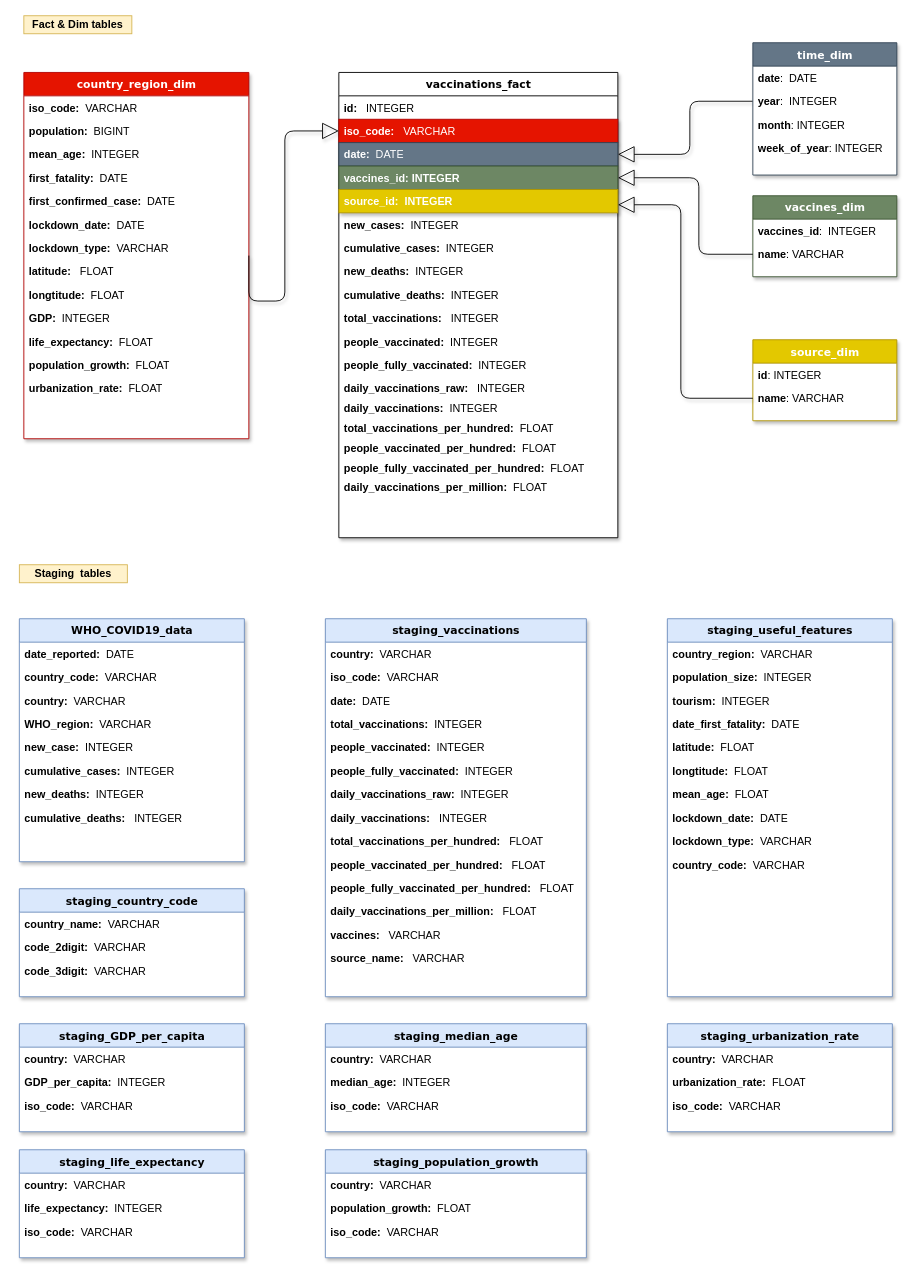
Earlier version of the draw.io diagram image/DataModel.drawio (tomgtqq/DEND-WHO-COVID-19-Data-Warehouse-Redshift). Source tidied: cells renumbered, new cells numbered last; positions are measured from the earlier drawing's top-left corner, leaving out a move shared by most shapes. Both pictures are drawn from the tidied source at 90%, with x=0, y=0 at pixel (19, 15).
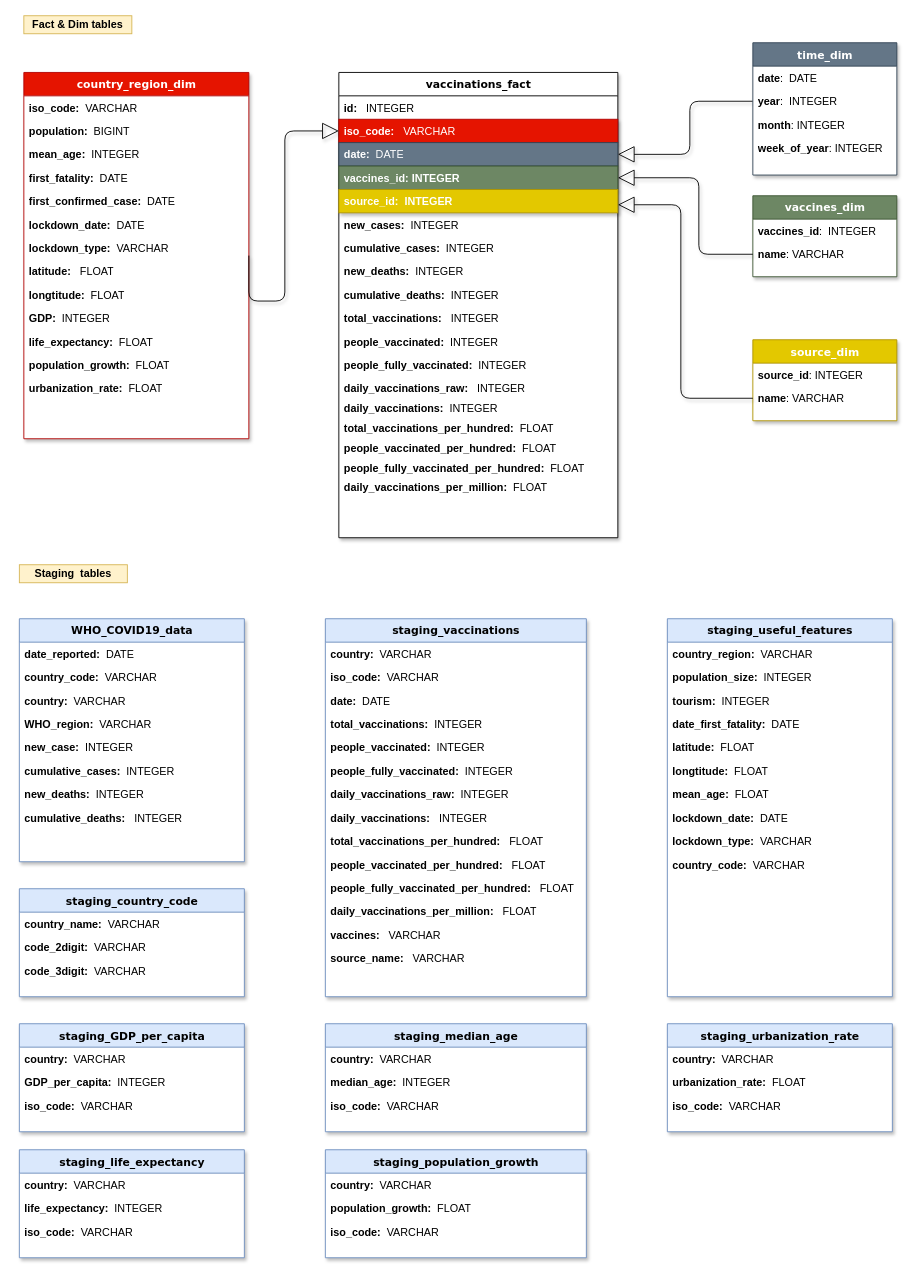
After the change.

Unchanged cells that the change refers to:
```xml
<mxCell id="47" value="source_dim" style="swimlane;html=1;fontStyle=1;align=center;verticalAlign=top;horizontal=1;startSize=26;swimlaneFillColor=#ffffff;rounded=0;shadow=1;comic=0;labelBackgroundColor=none;strokeWidth=1;fontFamily=Verdana;fontSize=12;fillColor=#e3c800;strokeColor=#B09500;fontColor=#ffffff;sketch=0;" parent="3" vertex="1">
  <mxGeometry x="810" y="330" width="160" height="90" as="geometry" />
</mxCell>
```

The edit, as a diff of the source:
```diff
@@
-    <mxCell id="48" value="&lt;b&gt;id&lt;/b&gt;: INTEGER" style="text;html=1;strokeColor=none;fillColor=none;align=left;verticalAlign=top;spacingLeft=4;spacingRight=4;whiteSpace=wrap;overflow=hidden;shadow=1;sketch=0;" parent="47" vertex="1">
+    <mxCell id="48" value="&lt;b&gt;source_id&lt;/b&gt;: INTEGER" style="text;html=1;strokeColor=none;fillColor=none;align=left;verticalAlign=top;spacingLeft=4;spacingRight=4;whiteSpace=wrap;overflow=hidden;shadow=1;sketch=0;" parent="47" vertex="1">
       <mxGeometry y="26" width="160" height="26" as="geometry" />
     </mxCell>
```
